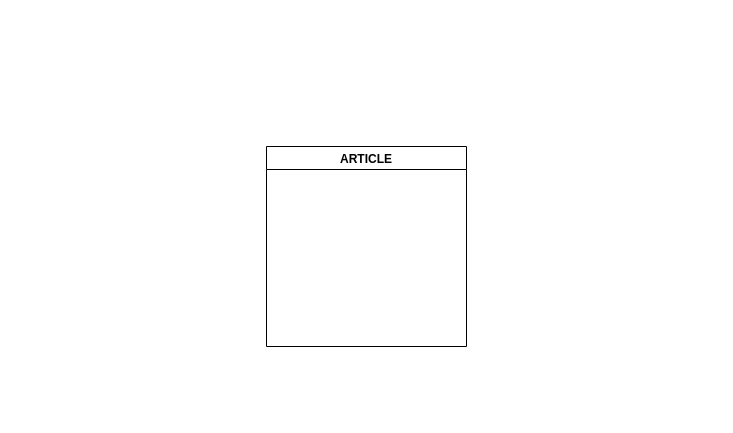
Before: Untitled Diagram.drawio in web-gamma/backyardpetshop-diagrams, a draw.io diagram. Source tidied: cells renumbered, new cells numbered last; positions are measured from the earlier drawing's top-left corner, leaving out a move shared by most shapes. Both pictures are drawn from the tidied source at 100%, with x=0, y=0 at pixel (266, 146).
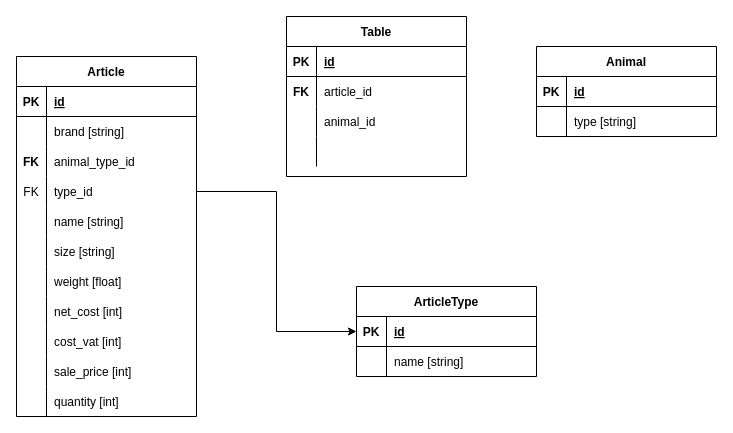
Above is the later version.

The edit, as a diff of the source:
```diff
@@
-    <mxCell id="2" value="ARTICLE" style="swimlane;" parent="1" vertex="1">
-      <mxGeometry width="200" height="200" as="geometry" />
-    </mxCell>
+    <mxCell id="3" value="Article" style="shape=table;startSize=30;childLayout=tableLayout;rowLines=0;fontStyle=1;align=center;" parent="1" vertex="1">
+      <mxGeometry x="-250" y="-90" width="180" height="360" as="geometry" />
+    </mxCell>
+    <mxCell id="4" style="shape=tableRow;horizontal=0;startSize=0;swimlaneHead=0;swimlaneBody=0;fillColor=none;top=0;left=0;right=0;bottom=1;" parent="3" vertex="1">
+      <mxGeometry y="30" width="180" height="30" as="geometry" />
+    </mxCell>
+    <mxCell id="5" value="PK" style="shape=partialRectangle;fillColor=none;top=0;left=0;bottom=0;right=0;fontStyle=1;overflow=hidden;" parent="4" vertex="1">
+      <mxGeometry width="30" height="30" as="geometry" />
+    </mxCell>
+    <mxCell id="6" value="id" style="shape=partialRectangle;fillColor=none;top=0;left=0;bottom=0;right=0;align=left;spacingLeft=6;fontStyle=5;overflow=hidden;" parent="4" vertex="1">
+      <mxGeometry x="30" width="150" height="30" as="geometry" />
+    </mxCell>
+    <mxCell id="7" style="shape=tableRow;horizontal=0;startSize=0;swimlaneHead=0;swimlaneBody=0;fillColor=none;top=0;left=0;right=0;bottom=0;" parent="3" vertex="1">
+      <mxGeometry y="60" width="180" height="30" as="geometry" />
+    </mxCell>
+    <mxCell id="8" style="shape=partialRectangle;fillColor=none;top=0;left=0;bottom=0;right=0;overflow=hidden;" parent="7" vertex="1">
+      <mxGeometry width="30" height="30" as="geometry" />
+    </mxCell>
+    <mxCell id="9" value="brand [string]" style="shape=partialRectangle;fillColor=none;top=0;left=0;bottom=0;right=0;align=left;spacingLeft=6;overflow=hidden;" parent="7" vertex="1">
+      <mxGeometry x="30" width="150" height="30" as="geometry" />
+    </mxCell>
+    <mxCell id="10" style="shape=tableRow;horizontal=0;startSize=0;swimlaneHead=0;swimlaneBody=0;fillColor=none;top=0;left=0;right=0;bottom=0;" parent="3" vertex="1">
+      <mxGeometry y="90" width="180" height="30" as="geometry" />
+    </mxCell>
+    <mxCell id="11" style="shape=partialRectangle;fillColor=none;top=0;left=0;bottom=0;right=0;overflow=hidden;" parent="10" vertex="1">
+      <mxGeometry width="30" height="30" as="geometry" />
+    </mxCell>
+    <mxCell id="12" value="animal_type_id" style="shape=partialRectangle;fillColor=none;top=0;left=0;bottom=0;right=0;align=left;spacingLeft=6;overflow=hidden;" parent="10" vertex="1">
+      <mxGeometry x="30" width="150" height="30" as="geometry" />
+    </mxCell>
+    <mxCell id="13" style="shape=tableRow;horizontal=0;startSize=0;swimlaneHead=0;swimlaneBody=0;fillColor=none;points=[[0,0.5],[1,0.5]];portConstraint=eastwest;top=0;left=0;right=0;bottom=0;" parent="3" vertex="1">
+      <mxGeometry y="120" width="180" height="30" as="geometry" />
+    </mxCell>
+    <mxCell id="14" value="FK" style="shape=partialRectangle;fillColor=none;top=0;left=0;bottom=0;right=0;overflow=hidden;" parent="13" vertex="1">
+      <mxGeometry width="30" height="30" as="geometry" />
+    </mxCell>
+    <mxCell id="15" value="type_id" style="shape=partialRectangle;fillColor=none;top=0;left=0;bottom=0;right=0;align=left;spacingLeft=6;overflow=hidden;" parent="13" vertex="1">
+      <mxGeometry x="30" width="150" height="30" as="geometry" />
+    </mxCell>
+    <mxCell id="16" style="shape=tableRow;horizontal=0;startSize=0;swimlaneHead=0;swimlaneBody=0;fillColor=none;top=0;left=0;right=0;bottom=0;" parent="3" vertex="1">
+      <mxGeometry y="150" width="180" height="30" as="geometry" />
+    </mxCell>
+    <mxCell id="17" style="shape=partialRectangle;fillColor=none;top=0;left=0;bottom=0;right=0;overflow=hidden;" parent="16" vertex="1">
+      <mxGeometry width="30" height="30" as="geometry" />
+    </mxCell>
+    <mxCell id="18" value="name [string]" style="shape=partialRectangle;fillColor=none;top=0;left=0;bottom=0;right=0;align=left;spacingLeft=6;overflow=hidden;" parent="16" vertex="1">
+      <mxGeometry x="30" width="150" height="30" as="geometry" />
+    </mxCell>
+    <mxCell id="19" style="shape=tableRow;horizontal=0;startSize=0;swimlaneHead=0;swimlaneBody=0;fillColor=none;top=0;left=0;right=0;bottom=0;" parent="3" vertex="1">
+      <mxGeometry y="180" width="180" height="30" as="geometry" />
+    </mxCell>
+    <mxCell id="20" style="shape=partialRectangle;fillColor=none;top=0;left=0;bottom=0;right=0;overflow=hidden;" parent="19" vertex="1">
+      <mxGeometry width="30" height="30" as="geometry" />
+    </mxCell>
+    <mxCell id="21" value="size [string]" style="shape=partialRectangle;fillColor=none;top=0;left=0;bottom=0;right=0;align=left;spacingLeft=6;overflow=hidden;" parent="19" vertex="1">
+      <mxGeometry x="30" width="150" height="30" as="geometry" />
+    </mxCell>
+    <mxCell id="22" style="shape=tableRow;horizontal=0;startSize=0;swimlaneHead=0;swimlaneBody=0;fillColor=none;top=0;left=0;right=0;bottom=0;" parent="3" vertex="1">
+      <mxGeometry y="210" width="180" height="30" as="geometry" />
+    </mxCell>
+    <mxCell id="23" style="shape=partialRectangle;fillColor=none;top=0;left=0;bottom=0;right=0;overflow=hidden;" parent="22" vertex="1">
+      <mxGeometry width="30" height="30" as="geometry" />
+    </mxCell>
+    <mxCell id="24" value="weight [float]" style="shape=partialRectangle;fillColor=none;top=0;left=0;bottom=0;right=0;align=left;spacingLeft=6;overflow=hidden;" parent="22" vertex="1">
+      <mxGeometry x="30" width="150" height="30" as="geometry" />
+    </mxCell>
+    <mxCell id="25" style="shape=tableRow;horizontal=0;startSize=0;swimlaneHead=0;swimlaneBody=0;fillColor=none;top=0;left=0;right=0;bottom=0;" parent="3" vertex="1">
+      <mxGeometry y="240" width="180" height="30" as="geometry" />
+    </mxCell>
+    <mxCell id="26" style="shape=partialRectangle;fillColor=none;top=0;left=0;bottom=0;right=0;overflow=hidden;" parent="25" vertex="1">
+      <mxGeometry width="30" height="30" as="geometry" />
+    </mxCell>
+    <mxCell id="27" value="net_cost [int]" style="shape=partialRectangle;fillColor=none;top=0;left=0;bottom=0;right=0;align=left;spacingLeft=6;overflow=hidden;" parent="25" vertex="1">
+      <mxGeometry x="30" width="150" height="30" as="geometry" />
+    </mxCell>
+    <mxCell id="28" style="shape=tableRow;horizontal=0;startSize=0;swimlaneHead=0;swimlaneBody=0;fillColor=none;top=0;left=0;right=0;bottom=0;" parent="3" vertex="1">
+      <mxGeometry y="270" width="180" height="30" as="geometry" />
+    </mxCell>
+    <mxCell id="29" style="shape=partialRectangle;fillColor=none;top=0;left=0;bottom=0;right=0;overflow=hidden;" parent="28" vertex="1">
+      <mxGeometry width="30" height="30" as="geometry" />
+    </mxCell>
+    <mxCell id="30" value="cost_vat [int]" style="shape=partialRectangle;fillColor=none;top=0;left=0;bottom=0;right=0;align=left;spacingLeft=6;overflow=hidden;" parent="28" vertex="1">
+      <mxGeometry x="30" width="150" height="30" as="geometry" />
+    </mxCell>
+    <mxCell id="31" style="shape=tableRow;horizontal=0;startSize=0;swimlaneHead=0;swimlaneBody=0;fillColor=none;top=0;left=0;right=0;bottom=0;" parent="3" vertex="1">
+      <mxGeometry y="300" width="180" height="30" as="geometry" />
+    </mxCell>
+    <mxCell id="32" style="shape=partialRectangle;fillColor=none;top=0;left=0;bottom=0;right=0;overflow=hidden;" parent="31" vertex="1">
+      <mxGeometry width="30" height="30" as="geometry" />
+    </mxCell>
+    <mxCell id="33" value="sale_price [int]" style="shape=partialRectangle;fillColor=none;top=0;left=0;bottom=0;right=0;align=left;spacingLeft=6;overflow=hidden;" parent="31" vertex="1">
+      <mxGeometry x="30" width="150" height="30" as="geometry" />
+    </mxCell>
+    <mxCell id="34" style="shape=tableRow;horizontal=0;startSize=0;swimlaneHead=0;swimlaneBody=0;fillColor=none;top=0;left=0;right=0;bottom=0;" parent="3" vertex="1">
+      <mxGeometry y="330" width="180" height="30" as="geometry" />
+    </mxCell>
+    <mxCell id="35" style="shape=partialRectangle;fillColor=none;top=0;left=0;bottom=0;right=0;overflow=hidden;" parent="34" vertex="1">
+      <mxGeometry width="30" height="30" as="geometry" />
+    </mxCell>
+    <mxCell id="36" value="quantity [int]" style="shape=partialRectangle;fillColor=none;top=0;left=0;bottom=0;right=0;align=left;spacingLeft=6;overflow=hidden;" parent="34" vertex="1">
+      <mxGeometry x="30" width="150" height="30" as="geometry" />
+    </mxCell>
+    <mxCell id="37" value="Animal" style="shape=table;startSize=30;childLayout=tableLayout;rowLines=0;fontStyle=1;align=center;" parent="1" vertex="1">
+      <mxGeometry x="270" y="-100" width="180" height="90" as="geometry" />
+    </mxCell>
+    <mxCell id="38" style="shape=tableRow;horizontal=0;startSize=0;swimlaneHead=0;swimlaneBody=0;fillColor=none;top=0;left=0;right=0;bottom=1;" parent="37" vertex="1">
+      <mxGeometry y="30" width="180" height="30" as="geometry" />
+    </mxCell>
+    <mxCell id="39" value="PK" style="shape=partialRectangle;fillColor=none;top=0;left=0;bottom=0;right=0;fontStyle=1;overflow=hidden;" parent="38" vertex="1">
+      <mxGeometry width="30" height="30" as="geometry" />
+    </mxCell>
+    <mxCell id="40" value="id" style="shape=partialRectangle;fillColor=none;top=0;left=0;bottom=0;right=0;align=left;spacingLeft=6;fontStyle=5;overflow=hidden;" parent="38" vertex="1">
+      <mxGeometry x="30" width="150" height="30" as="geometry" />
+    </mxCell>
+    <mxCell id="41" style="shape=tableRow;horizontal=0;startSize=0;swimlaneHead=0;swimlaneBody=0;fillColor=none;top=0;left=0;right=0;bottom=0;" parent="37" vertex="1">
+      <mxGeometry y="60" width="180" height="30" as="geometry" />
+    </mxCell>
+    <mxCell id="42" style="shape=partialRectangle;fillColor=none;top=0;left=0;bottom=0;right=0;overflow=hidden;" parent="41" vertex="1">
+      <mxGeometry width="30" height="30" as="geometry" />
+    </mxCell>
+    <mxCell id="43" value="type [string]" style="shape=partialRectangle;fillColor=none;top=0;left=0;bottom=0;right=0;align=left;spacingLeft=6;overflow=hidden;" parent="41" vertex="1">
+      <mxGeometry x="30" width="150" height="30" as="geometry" />
+    </mxCell>
+    <mxCell id="44" value="FK" style="shape=partialRectangle;fillColor=none;top=0;left=0;bottom=0;right=0;fontStyle=1;overflow=hidden;" parent="1" vertex="1">
+      <mxGeometry x="-250" width="30" height="30" as="geometry" />
+    </mxCell>
+    <mxCell id="45" value="ArticleType" style="shape=table;startSize=30;childLayout=tableLayout;rowLines=0;fontStyle=1;align=center;" parent="1" vertex="1">
+      <mxGeometry x="90" y="140" width="180" height="90" as="geometry" />
+    </mxCell>
+    <mxCell id="46" style="shape=tableRow;horizontal=0;startSize=0;swimlaneHead=0;swimlaneBody=0;fillColor=none;points=[[0,0.5],[1,0.5]];portConstraint=eastwest;top=0;left=0;right=0;bottom=1;" parent="45" vertex="1">
+      <mxGeometry y="30" width="180" height="30" as="geometry" />
+    </mxCell>
+    <mxCell id="47" value="PK" style="shape=partialRectangle;fillColor=none;top=0;left=0;bottom=0;right=0;fontStyle=1;overflow=hidden;" parent="46" vertex="1">
+      <mxGeometry width="30" height="30" as="geometry" />
+    </mxCell>
+    <mxCell id="48" value="id" style="shape=partialRectangle;fillColor=none;top=0;left=0;bottom=0;right=0;align=left;spacingLeft=6;fontStyle=5;overflow=hidden;" parent="46" vertex="1">
+      <mxGeometry x="30" width="150" height="30" as="geometry" />
+    </mxCell>
+    <mxCell id="49" style="shape=tableRow;horizontal=0;startSize=0;swimlaneHead=0;swimlaneBody=0;fillColor=none;top=0;left=0;right=0;bottom=0;" parent="45" vertex="1">
+      <mxGeometry y="60" width="180" height="30" as="geometry" />
+    </mxCell>
+    <mxCell id="50" style="shape=partialRectangle;fillColor=none;top=0;left=0;bottom=0;right=0;overflow=hidden;" parent="49" vertex="1">
+      <mxGeometry width="30" height="30" as="geometry" />
+    </mxCell>
+    <mxCell id="51" value="name [string]" style="shape=partialRectangle;fillColor=none;top=0;left=0;bottom=0;right=0;align=left;spacingLeft=6;overflow=hidden;" parent="49" vertex="1">
+      <mxGeometry x="30" width="150" height="30" as="geometry" />
+    </mxCell>
+    <mxCell id="52" style="edgeStyle=orthogonalEdgeStyle;rounded=0;jettySize=auto;html=1;" parent="1" edge="1" source="13" target="46">
+      <mxGeometry relative="1" as="geometry" />
+    </mxCell>
+    <mxCell id="53" value="Table" style="shape=table;startSize=30;childLayout=tableLayout;rowLines=0;fontStyle=1;align=center;" parent="1" vertex="1">
+      <mxGeometry x="20" y="-130" width="180" height="160" as="geometry" />
+    </mxCell>
+    <mxCell id="54" style="shape=tableRow;horizontal=0;startSize=0;swimlaneHead=0;swimlaneBody=0;fillColor=none;top=0;left=0;right=0;bottom=1;" parent="53" vertex="1">
+      <mxGeometry y="30" width="180" height="30" as="geometry" />
+    </mxCell>
+    <mxCell id="55" value="PK" style="shape=partialRectangle;fillColor=none;top=0;left=0;bottom=0;right=0;fontStyle=1;overflow=hidden;" parent="54" vertex="1">
+      <mxGeometry width="30" height="30" as="geometry" />
+    </mxCell>
+    <mxCell id="56" value="id" style="shape=partialRectangle;fillColor=none;top=0;left=0;bottom=0;right=0;align=left;spacingLeft=6;fontStyle=5;overflow=hidden;" parent="54" vertex="1">
+      <mxGeometry x="30" width="150" height="30" as="geometry" />
+    </mxCell>
+    <mxCell id="57" style="shape=tableRow;horizontal=0;startSize=0;swimlaneHead=0;swimlaneBody=0;fillColor=none;top=0;left=0;right=0;bottom=0;" parent="53" vertex="1">
+      <mxGeometry y="60" width="180" height="30" as="geometry" />
+    </mxCell>
+    <mxCell id="58" style="shape=partialRectangle;fillColor=none;top=0;left=0;bottom=0;right=0;overflow=hidden;" parent="57" vertex="1">
+      <mxGeometry width="30" height="30" as="geometry" />
+    </mxCell>
+    <mxCell id="59" value="article_id" style="shape=partialRectangle;fillColor=none;top=0;left=0;bottom=0;right=0;align=left;spacingLeft=6;overflow=hidden;" parent="57" vertex="1">
+      <mxGeometry x="30" width="150" height="30" as="geometry" />
+    </mxCell>
+    <mxCell id="60" style="shape=tableRow;horizontal=0;startSize=0;swimlaneHead=0;swimlaneBody=0;fillColor=none;top=0;left=0;right=0;bottom=0;" parent="53" vertex="1">
+      <mxGeometry y="90" width="180" height="30" as="geometry" />
+    </mxCell>
+    <mxCell id="61" style="shape=partialRectangle;fillColor=none;top=0;left=0;bottom=0;right=0;overflow=hidden;" parent="60" vertex="1">
+      <mxGeometry width="30" height="30" as="geometry" />
+    </mxCell>
+    <mxCell id="62" value="animal_id" style="shape=partialRectangle;fillColor=none;top=0;left=0;bottom=0;right=0;align=left;spacingLeft=6;overflow=hidden;" parent="60" vertex="1">
+      <mxGeometry x="30" width="150" height="30" as="geometry" />
+    </mxCell>
+    <mxCell id="63" style="shape=tableRow;horizontal=0;startSize=0;swimlaneHead=0;swimlaneBody=0;fillColor=none;top=0;left=0;right=0;bottom=0;" parent="53" vertex="1">
+      <mxGeometry y="120" width="180" height="30" as="geometry" />
+    </mxCell>
+    <mxCell id="64" style="shape=partialRectangle;fillColor=none;top=0;left=0;bottom=0;right=0;overflow=hidden;" parent="63" vertex="1">
+      <mxGeometry width="30" height="30" as="geometry" />
+    </mxCell>
+    <mxCell id="65" style="shape=partialRectangle;fillColor=none;top=0;left=0;bottom=0;right=0;align=left;spacingLeft=6;overflow=hidden;" parent="63" vertex="1">
+      <mxGeometry x="30" width="150" height="30" as="geometry" />
+    </mxCell>
+    <mxCell id="66" value="FK" style="shape=partialRectangle;fillColor=none;top=0;left=0;bottom=0;right=0;fontStyle=1;overflow=hidden;" parent="1" vertex="1">
+      <mxGeometry x="20" y="-70" width="30" height="30" as="geometry" />
+    </mxCell>
```
